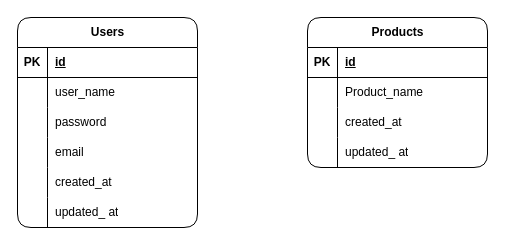
Above: Web_Project_ER図.drawio in shirohacha/Web_Project (draw.io), before the change. Source tidied: cells renumbered, new cells numbered last; positions are measured from the earlier drawing's top-left corner, leaving out a move shared by most shapes. Both pictures are drawn from the tidied source at 100%, with x=0, y=0 at pixel (17, 17).
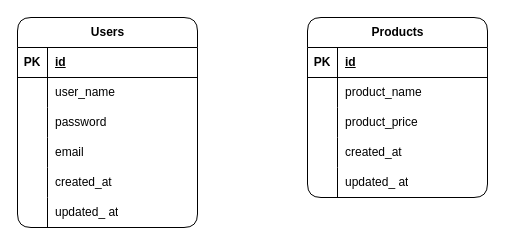
Above is the later version.

Commit message (it also covers changes not shown here):
Web_Project_ER図.drawio を更新します

The change refers to these unchanged cells:
```xml
<mxCell id="25" style="shape=tableRow;horizontal=0;startSize=0;swimlaneHead=0;swimlaneBody=0;fillColor=none;top=0;left=0;right=0;bottom=0;" parent="21" vertex="1">
  <mxGeometry y="60" width="180" height="30" as="geometry" />
</mxCell>
```

The edit, as a diff of the source:
```diff
@@
     <mxCell id="21" value="Products" style="shape=table;startSize=30;childLayout=tableLayout;rowLines=0;fontStyle=1;align=center;html=1;rounded=1;swimlaneFillColor=default;" parent="1" vertex="1">
-      <mxGeometry x="290" width="180" height="150" as="geometry" />
+      <mxGeometry x="290" width="180" height="180" as="geometry" />
     </mxCell>
@@
-    <mxCell id="27" value="Product_name" style="shape=partialRectangle;fillColor=none;top=0;left=0;bottom=0;right=0;align=left;spacingLeft=6;overflow=hidden;whiteSpace=wrap;html=1;" parent="25" vertex="1">
+    <mxCell id="27" value="product_name" style="shape=partialRectangle;fillColor=none;top=0;left=0;bottom=0;right=0;align=left;spacingLeft=6;overflow=hidden;whiteSpace=wrap;html=1;" parent="25" vertex="1">
       <mxGeometry x="30" width="150" height="30" as="geometry" />
     </mxCell>
+    <mxCell id="34" style="shape=tableRow;horizontal=0;startSize=0;swimlaneHead=0;swimlaneBody=0;fillColor=none;top=0;left=0;right=0;bottom=0;" parent="21" vertex="1">
+      <mxGeometry y="90" width="180" height="30" as="geometry" />
+    </mxCell>
+    <mxCell id="35" style="shape=partialRectangle;fillColor=none;top=0;left=0;bottom=0;right=0;overflow=hidden;whiteSpace=wrap;html=1;" parent="34" vertex="1">
+      <mxGeometry width="30" height="30" as="geometry" />
+    </mxCell>
+    <mxCell id="36" value="product_price" style="shape=partialRectangle;fillColor=none;top=0;left=0;bottom=0;right=0;align=left;spacingLeft=6;overflow=hidden;whiteSpace=wrap;html=1;" parent="34" vertex="1">
+      <mxGeometry x="30" width="150" height="30" as="geometry" />
+    </mxCell>
     <mxCell id="28" style="shape=tableRow;horizontal=0;startSize=0;swimlaneHead=0;swimlaneBody=0;fillColor=none;top=0;left=0;right=0;bottom=0;" parent="21" vertex="1">
-      <mxGeometry y="90" width="180" height="30" as="geometry" />
+      <mxGeometry y="120" width="180" height="30" as="geometry" />
     </mxCell>
@@
     <mxCell id="31" style="shape=tableRow;horizontal=0;startSize=0;swimlaneHead=0;swimlaneBody=0;fillColor=none;top=0;left=0;right=0;bottom=0;" parent="21" vertex="1">
-      <mxGeometry y="120" width="180" height="30" as="geometry" />
+      <mxGeometry y="150" width="180" height="30" as="geometry" />
     </mxCell>
```
